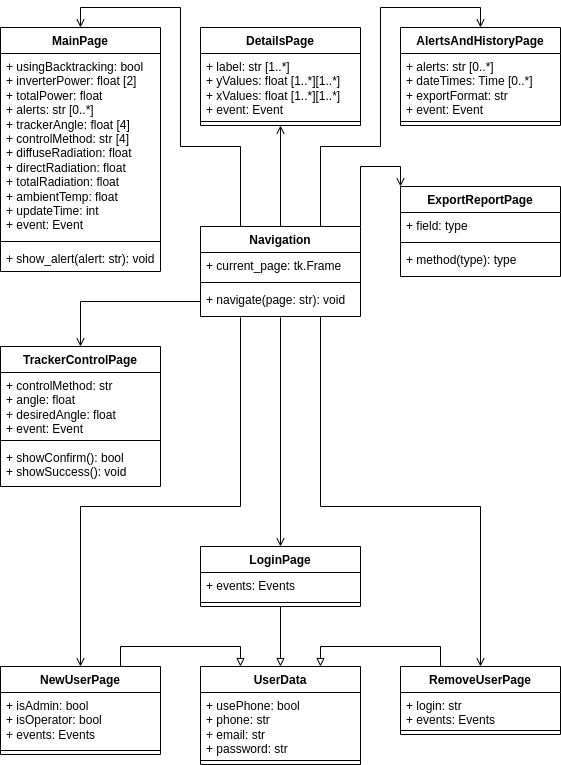
Earlier version of the draw.io export diagrama de classes - view.drawio.png (jaedson-barbosa/supervisorio-solar-ufpb-docs). Source tidied: cells renumbered, new cells last; positions are measured from the earlier drawing's top-left corner, leaving out a move shared by most shapes.
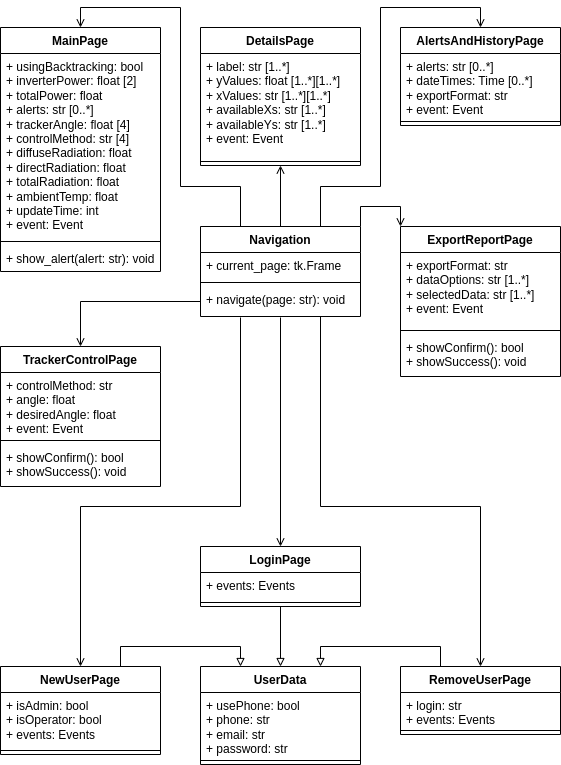
Above is the later version.

What changed in the source:
```diff
@@ -5,8 +5,8 @@
     <mxCell id="2" style="edgeStyle=orthogonalEdgeStyle;rounded=0;jettySize=auto;html=1;exitX=0.25;exitY=0;exitDx=0;exitDy=0;entryX=0.5;entryY=0;entryDx=0;entryDy=0;endArrow=open;endFill=0;" parent="1" edge="1" source="6" target="23">
       <mxGeometry relative="1" as="geometry">
         <Array as="points">
-          <mxPoint x="240" y="139" />
-          <mxPoint x="180" y="139" />
+          <mxPoint x="240" y="179" />
+          <mxPoint x="180" y="179" />
           <mxPoint x="180" />
           <mxPoint x="80" />
         </Array>
@@ -15,8 +15,8 @@
     <mxCell id="3" style="edgeStyle=orthogonalEdgeStyle;rounded=0;jettySize=auto;html=1;exitX=0.75;exitY=0;exitDx=0;exitDy=0;entryX=0.5;entryY=0;entryDx=0;entryDy=0;endArrow=open;endFill=0;" parent="1" edge="1" source="6" target="20">
       <mxGeometry relative="1" as="geometry">
         <Array as="points">
-          <mxPoint x="320" y="139" />
-          <mxPoint x="380" y="139" />
+          <mxPoint x="320" y="179" />
+          <mxPoint x="380" y="179" />
           <mxPoint x="380" />
           <mxPoint x="480" />
         </Array>
@@ -102,13 +102,13 @@
       <mxGeometry y="218" width="160" height="26" as="geometry" />
     </mxCell>
     <mxCell id="27" value="DetailsPage" style="swimlane;fontStyle=1;align=center;verticalAlign=top;horizontal=1;startSize=26;whiteSpace=wrap;html=1;" parent="1" vertex="1">
-      <mxGeometry x="200" y="20" width="160" height="98" as="geometry" />
+      <mxGeometry x="200" y="20" width="160" height="138" as="geometry" />
     </mxCell>
-    <mxCell id="28" value="+ label: str [1..*]&lt;br&gt;+ yValues: float [1..*][1..*]&lt;br&gt;+ xValues: float [1..*][1..*]&lt;br&gt;+ event: Event" style="text;strokeColor=none;fillColor=none;align=left;verticalAlign=top;spacingLeft=4;spacingRight=4;overflow=hidden;whiteSpace=wrap;html=1;" parent="27" vertex="1">
-      <mxGeometry y="26" width="160" height="64" as="geometry" />
+    <mxCell id="28" value="+ label: str [1..*]&lt;br&gt;+ yValues: float [1..*][1..*]&lt;br&gt;+ xValues: str [1..*][1..*]&lt;br&gt;+ availableXs: str [1..*]&lt;br&gt;+ availableYs: str [1..*]&lt;br&gt;+ event: Event" style="text;strokeColor=none;fillColor=none;align=left;verticalAlign=top;spacingLeft=4;spacingRight=4;overflow=hidden;whiteSpace=wrap;html=1;" parent="27" vertex="1">
+      <mxGeometry y="26" width="160" height="104" as="geometry" />
     </mxCell>
     <mxCell id="29" style="line;strokeWidth=1;fillColor=none;align=left;verticalAlign=middle;spacingTop=-1;spacingLeft=3;spacingRight=3;labelPosition=right;strokeColor=inherit;" parent="27" vertex="1">
-      <mxGeometry y="90" width="160" height="8" as="geometry" />
+      <mxGeometry y="130" width="160" height="8" as="geometry" />
     </mxCell>
     <mxCell id="30" value="UserData" style="swimlane;fontStyle=1;align=center;verticalAlign=top;horizontal=1;startSize=26;whiteSpace=wrap;html=1;" parent="1" vertex="1">
       <mxGeometry x="200" y="659" width="160" height="98" as="geometry" />
@@ -120,16 +120,16 @@
       <mxGeometry y="90" width="160" height="8" as="geometry" />
     </mxCell>
     <mxCell id="33" value="ExportReportPage" style="swimlane;fontStyle=1;align=center;verticalAlign=top;horizontal=1;startSize=26;whiteSpace=wrap;html=1;" parent="1" vertex="1">
-      <mxGeometry x="400" y="179" width="160" height="90" as="geometry" />
+      <mxGeometry x="400" y="219" width="160" height="150" as="geometry" />
     </mxCell>
-    <mxCell id="34" value="+ field: type" style="text;strokeColor=none;fillColor=none;align=left;verticalAlign=top;spacingLeft=4;spacingRight=4;overflow=hidden;whiteSpace=wrap;html=1;" parent="33" vertex="1">
-      <mxGeometry y="26" width="160" height="26" as="geometry" />
+    <mxCell id="34" value="+ exportFormat: str&lt;br&gt;+ dataOptions: str [1..*]&lt;br&gt;+ selectedData: str [1..*]&lt;br&gt;+ event: Event" style="text;strokeColor=none;fillColor=none;align=left;verticalAlign=top;spacingLeft=4;spacingRight=4;overflow=hidden;whiteSpace=wrap;html=1;" parent="33" vertex="1">
+      <mxGeometry y="26" width="160" height="74" as="geometry" />
     </mxCell>
     <mxCell id="35" style="line;strokeWidth=1;fillColor=none;align=left;verticalAlign=middle;spacingTop=-1;spacingLeft=3;spacingRight=3;labelPosition=right;strokeColor=inherit;" parent="33" vertex="1">
-      <mxGeometry y="52" width="160" height="8" as="geometry" />
+      <mxGeometry y="100" width="160" height="8" as="geometry" />
     </mxCell>
-    <mxCell id="36" value="+ method(type): type" style="text;strokeColor=none;fillColor=none;align=left;verticalAlign=top;spacingLeft=4;spacingRight=4;overflow=hidden;whiteSpace=wrap;html=1;" parent="33" vertex="1">
-      <mxGeometry y="60" width="160" height="30" as="geometry" />
+    <mxCell id="36" value="+ showConfirm(): bool&lt;br&gt;+ showSuccess(): void" style="text;strokeColor=none;fillColor=none;align=left;verticalAlign=top;spacingLeft=4;spacingRight=4;overflow=hidden;whiteSpace=wrap;html=1;" parent="33" vertex="1">
+      <mxGeometry y="108" width="160" height="42" as="geometry" />
     </mxCell>
     <mxCell id="37" style="edgeStyle=orthogonalEdgeStyle;rounded=0;jettySize=auto;html=1;exitX=0.5;exitY=1;exitDx=0;exitDy=0;entryX=0.5;entryY=0;entryDx=0;entryDy=0;endArrow=block;endFill=0;" parent="1" edge="1" source="39" target="30">
       <mxGeometry relative="1" as="geometry" />
```
